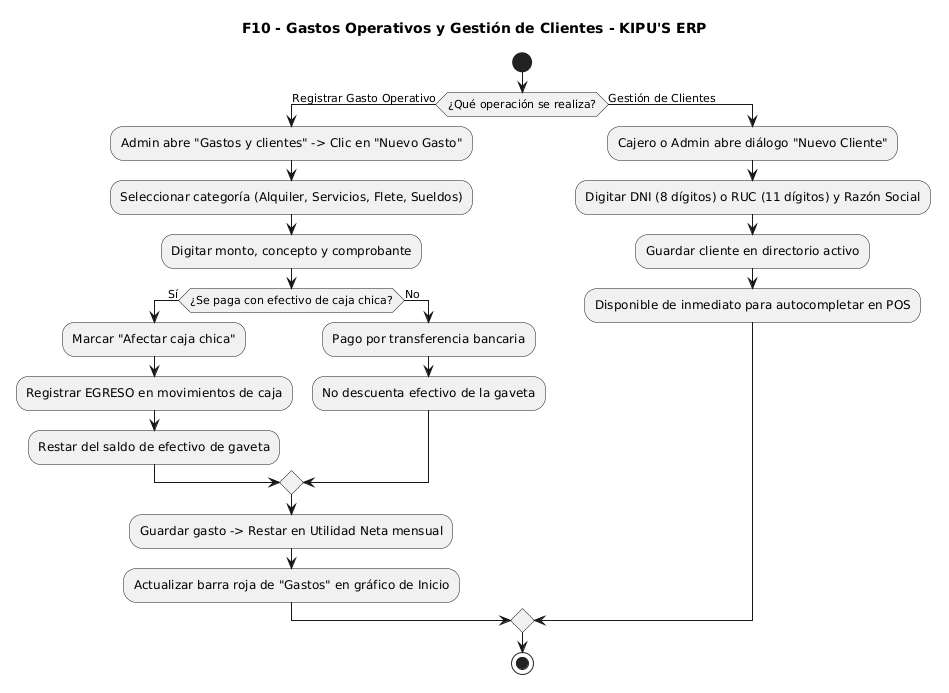
The PlantUML diagram docs/UML-flujos/imagenes/10_gastos_clientes.png in xmenil/ERP-KIPUS, before a commit.
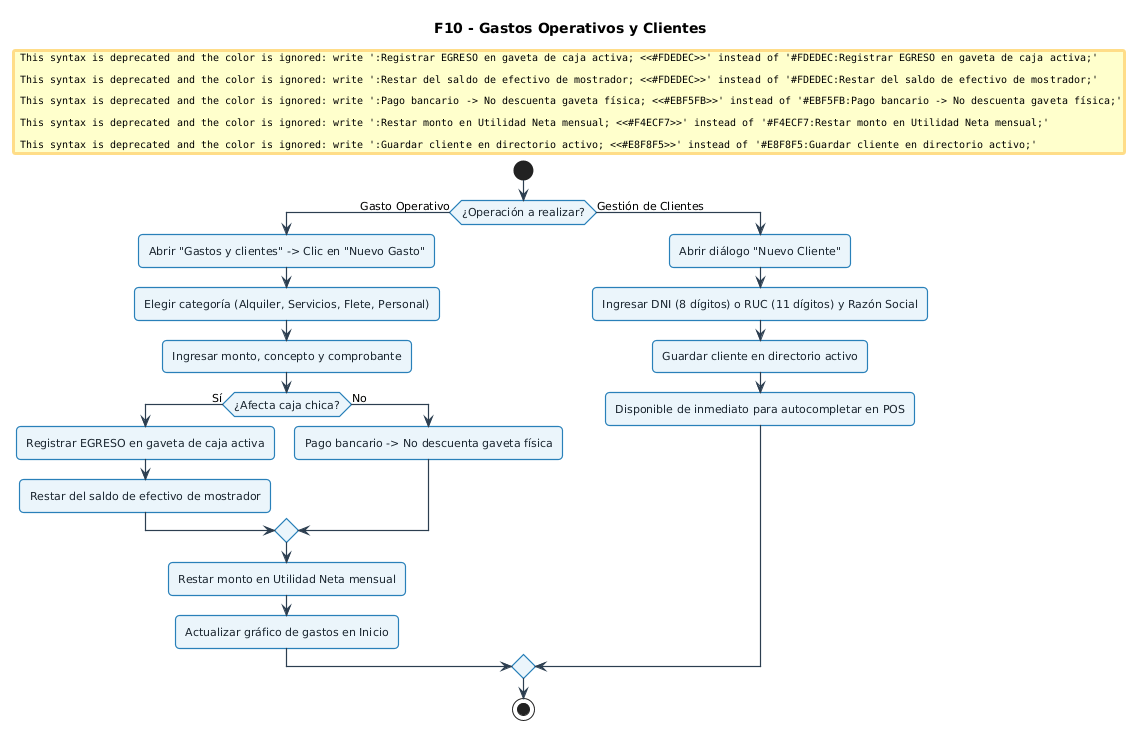
Above is the later version.

What changed in the source:
```diff
@@ -1,28 +1,49 @@
 @startuml
-skinparam monochrome true
+skinparam defaultFontName "Segoe UI", Arial, sans-serif
+skinparam defaultFontSize 11
+skinparam roundCorner 8
 skinparam shadowing false
+skinparam ArrowColor #2C3E50
+skinparam ArrowThickness 1.2
 
-title F10 - Gastos Operativos y Gestión de Clientes - KIPU'S ERP
+skinparam activity {
+  BackgroundColor #EBF5FB
+  BorderColor #2980B9
+  BorderThickness 1.2
+  FontColor #1A252F
+}
+skinparam decision {
+  BackgroundColor #FEF9E7
+  BorderColor #F39C12
+  BorderThickness 1.2
+  FontColor #7D6608
+}
+skinparam start {
+  Color #27AE60
+}
+skinparam stop {
+  Color #C0392B
+}
+
+title F10 - Gastos Operativos y Clientes
 
 start
-if (¿Qué operación se realiza?) then (Registrar Gasto Operativo)
-  :Admin abre "Gastos y clientes" -> Clic en "Nuevo Gasto";
-  :Seleccionar categoría (Alquiler, Servicios, Flete, Sueldos);
-  :Digitar monto, concepto y comprobante;
-  if (¿Se paga con efectivo de caja chica?) then (Sí)
-    :Marcar "Afectar caja chica";
-    :Registrar EGRESO en movimientos de caja;
-    :Restar del saldo de efectivo de gaveta;
+if (¿Operación a realizar?) then (Gasto Operativo)
+  :Abrir "Gastos y clientes" -> Clic en "Nuevo Gasto";
+  :Elegir categoría (Alquiler, Servicios, Flete, Personal);
+  :Ingresar monto, concepto y comprobante;
+  if (¿Afecta caja chica?) then (Sí)
+    #FDEDEC:Registrar EGRESO en gaveta de caja activa;
+    #FDEDEC:Restar del saldo de efectivo de mostrador;
   else (No)
-    :Pago por transferencia bancaria;
-    :No descuenta efectivo de la gaveta;
+    #EBF5FB:Pago bancario -> No descuenta gaveta física;
   endif
-  :Guardar gasto -> Restar en Utilidad Neta mensual;
-  :Actualizar barra roja de "Gastos" en gráfico de Inicio;
+  #F4ECF7:Restar monto en Utilidad Neta mensual;
+  :Actualizar gráfico de gastos en Inicio;
 else (Gestión de Clientes)
-  :Cajero o Admin abre diálogo "Nuevo Cliente";
-  :Digitar DNI (8 dígitos) o RUC (11 dígitos) y Razón Social;
-  :Guardar cliente en directorio activo;
+  :Abrir diálogo "Nuevo Cliente";
+  :Ingresar DNI (8 dígitos) o RUC (11 dígitos) y Razón Social;
+  #E8F8F5:Guardar cliente en directorio activo;
   :Disponible de inmediato para autocompletar en POS;
 endif
 stop
```
